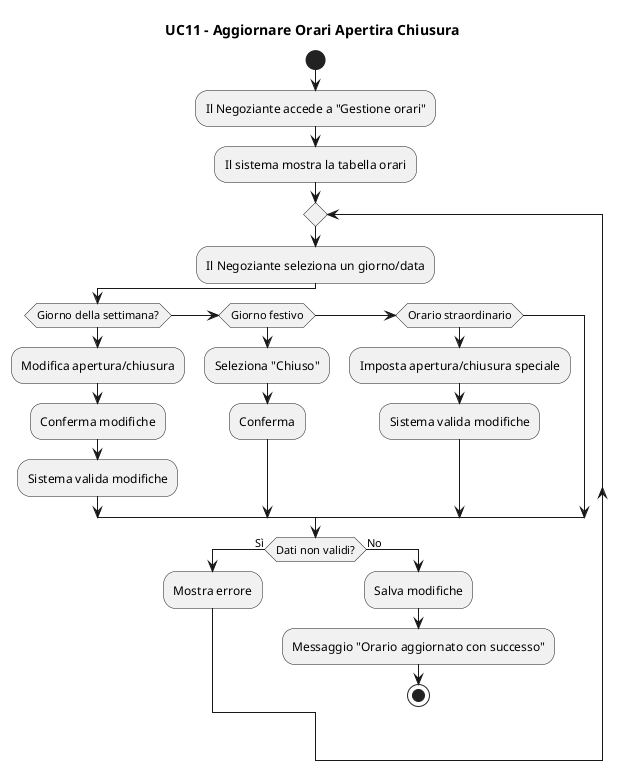
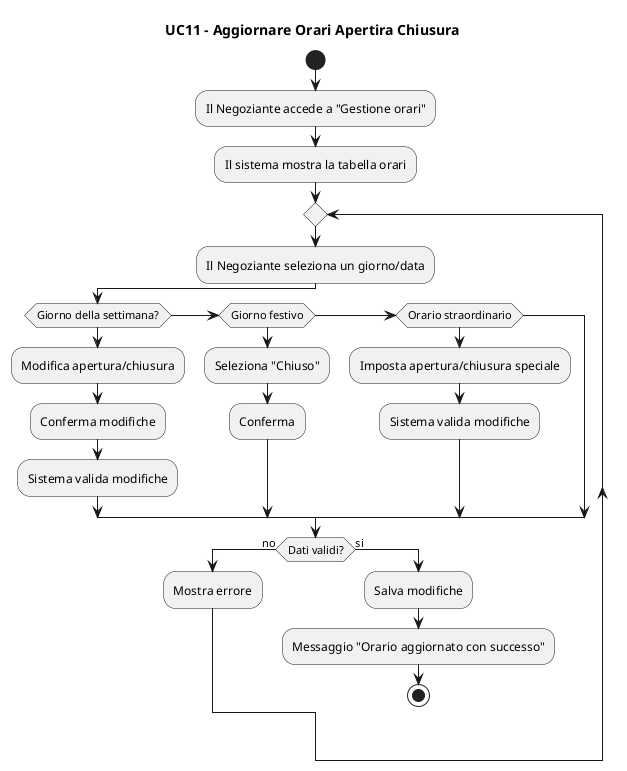
@startuml
title UC11 - Aggiornare Orari Apertira Chiusura
start
:Il Negoziante accede a "Gestione orari";
:Il sistema mostra la tabella orari;
repeat
:Il Negoziante seleziona un giorno/data;

if (Giorno della settimana?)
  :Modifica apertura/chiusura;
  :Conferma modifiche;
  :Sistema valida modifiche;
elseif (Giorno festivo)
  :Seleziona "Chiuso";
  :Conferma;
elseif (Orario straordinario)
  :Imposta apertura/chiusura speciale;
  :Sistema valida modifiche;
endif

- if (Dati non validi?) then (Sì)
+ if (Dati validi?) then (no)
  :Mostra errore;
- else (No)
+ else (si)
  :Salva modifiche;
  :Messaggio "Orario aggiornato con successo";
  stop
endif
@enduml